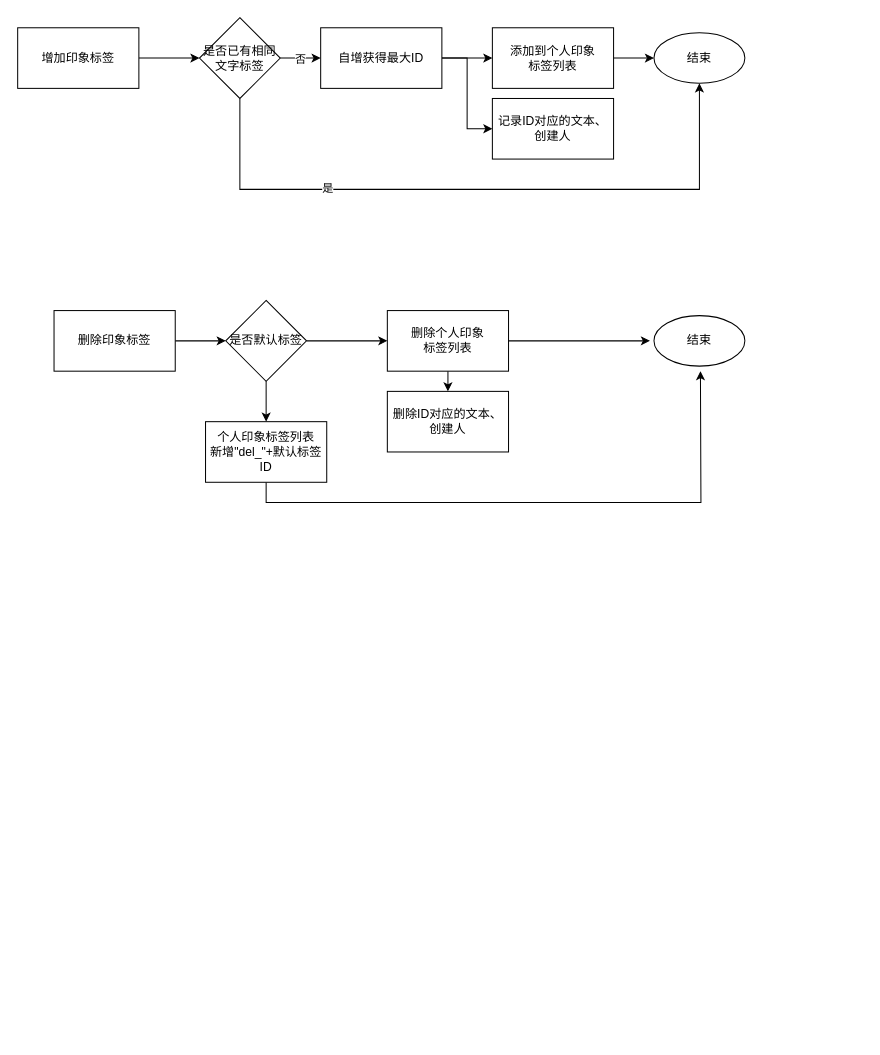
Before: src/Untitled Diagram.drawio in songboyu/xtuple, a draw.io diagram. Source tidied: cells renumbered, new cells numbered last; positions are measured from the earlier drawing's top-left corner, leaving out a move shared by most shapes. Both pictures are drawn from the tidied source at 101%, with x=0, y=0 at pixel (17, 17).
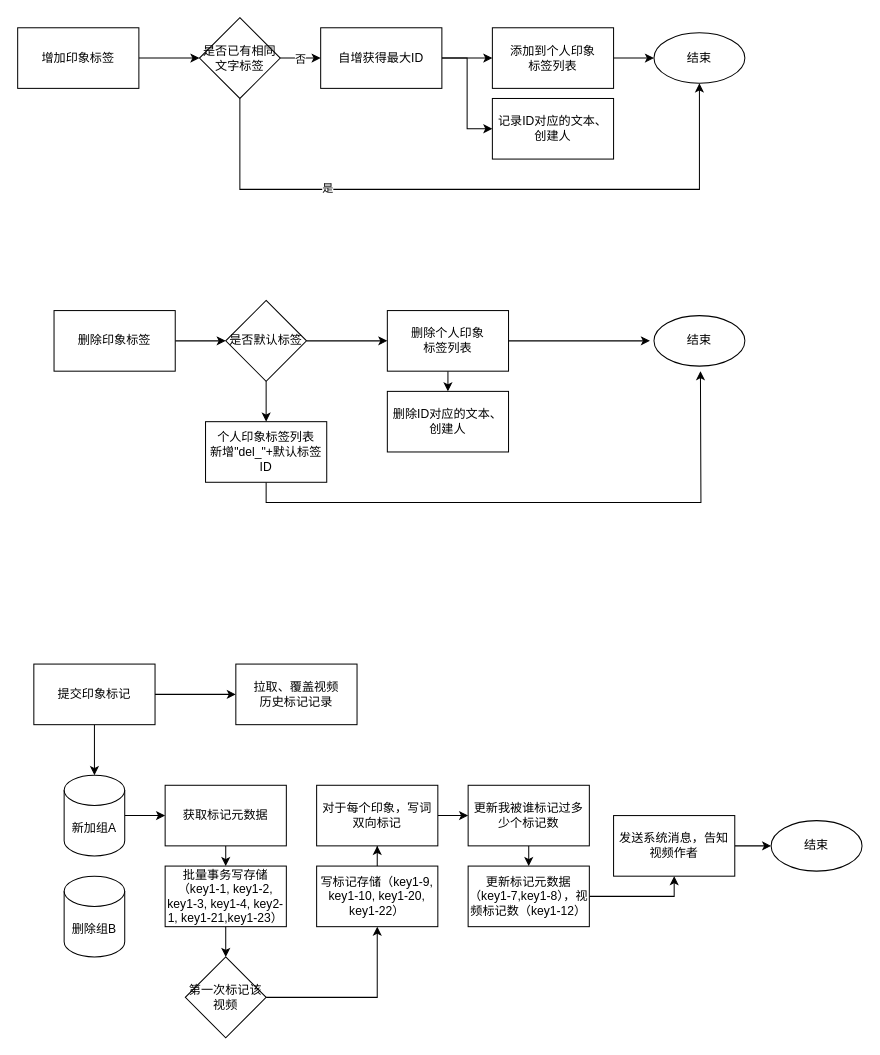
After the change.

Diff of the diagram source:
```diff
@@
+    <mxCell id="28" style="edgeStyle=orthogonalEdgeStyle;rounded=0;jettySize=auto;html=1;entryX=0;entryY=0.5;entryDx=0;entryDy=0;" parent="1" edge="1" source="30" target="31">
+      <mxGeometry relative="1" as="geometry" />
+    </mxCell>
+    <mxCell id="29" style="edgeStyle=orthogonalEdgeStyle;rounded=0;jettySize=auto;html=1;" parent="1" edge="1" source="30">
+      <mxGeometry relative="1" as="geometry">
+        <mxPoint x="76" y="750" as="targetPoint" />
+      </mxGeometry>
+    </mxCell>
+    <mxCell id="30" value="提交印象标记" style="rounded=0;whiteSpace=wrap;html=1;" parent="1" vertex="1">
+      <mxGeometry x="16" y="640" width="120" height="60" as="geometry" />
+    </mxCell>
+    <mxCell id="31" value="拉取、覆盖视频&lt;br&gt;历史标记记录" style="rounded=0;whiteSpace=wrap;html=1;" parent="1" vertex="1">
+      <mxGeometry x="216" y="640" width="120" height="60" as="geometry" />
+    </mxCell>
+    <mxCell id="32" style="edgeStyle=orthogonalEdgeStyle;rounded=0;jettySize=auto;html=1;entryX=0;entryY=0.5;entryDx=0;entryDy=0;" parent="1" edge="1" source="33" target="36">
+      <mxGeometry relative="1" as="geometry" />
+    </mxCell>
+    <mxCell id="33" value="新加组A" style="shape=cylinder3;whiteSpace=wrap;html=1;boundedLbl=1;backgroundOutline=1;size=15;" parent="1" vertex="1">
+      <mxGeometry x="46" y="750" width="60" height="80" as="geometry" />
+    </mxCell>
+    <mxCell id="34" value="删除组B" style="shape=cylinder3;whiteSpace=wrap;html=1;boundedLbl=1;backgroundOutline=1;size=15;" parent="1" vertex="1">
+      <mxGeometry x="46" y="850" width="60" height="80" as="geometry" />
+    </mxCell>
+    <mxCell id="35" style="edgeStyle=orthogonalEdgeStyle;rounded=0;jettySize=auto;html=1;exitX=0.5;exitY=1;exitDx=0;exitDy=0;entryX=0.5;entryY=0;entryDx=0;entryDy=0;" parent="1" edge="1" source="36" target="38">
+      <mxGeometry relative="1" as="geometry" />
+    </mxCell>
+    <mxCell id="36" value="获取标记元数据" style="rounded=0;whiteSpace=wrap;html=1;" parent="1" vertex="1">
+      <mxGeometry x="146" y="760" width="120" height="60" as="geometry" />
+    </mxCell>
+    <mxCell id="37" style="edgeStyle=orthogonalEdgeStyle;rounded=0;jettySize=auto;html=1;exitX=0.5;exitY=1;exitDx=0;exitDy=0;entryX=0.5;entryY=0;entryDx=0;entryDy=0;" parent="1" edge="1" source="38" target="40">
+      <mxGeometry relative="1" as="geometry" />
+    </mxCell>
+    <mxCell id="38" value="批量事务写存储（key1-1, key1-2, key1-3, key1-4, key2-1, key1-21,key1-23）" style="rounded=0;whiteSpace=wrap;html=1;" parent="1" vertex="1">
+      <mxGeometry x="146" y="840" width="120" height="60" as="geometry" />
+    </mxCell>
+    <mxCell id="39" style="edgeStyle=orthogonalEdgeStyle;rounded=0;jettySize=auto;html=1;exitX=1;exitY=0.5;exitDx=0;exitDy=0;entryX=0.5;entryY=1;entryDx=0;entryDy=0;" parent="1" edge="1" source="40" target="42">
+      <mxGeometry relative="1" as="geometry" />
+    </mxCell>
+    <mxCell id="40" value="第一次标记该视频" style="rhombus;whiteSpace=wrap;html=1;" parent="1" vertex="1">
+      <mxGeometry x="166" y="930" width="80" height="80" as="geometry" />
+    </mxCell>
+    <mxCell id="41" style="edgeStyle=orthogonalEdgeStyle;rounded=0;jettySize=auto;html=1;entryX=0.5;entryY=1;entryDx=0;entryDy=0;" parent="1" edge="1" source="42" target="44">
+      <mxGeometry relative="1" as="geometry" />
+    </mxCell>
+    <mxCell id="42" value="&lt;div&gt;写标记存储（key1-9, key1-10, key1-20, key1-22）&lt;br&gt;&lt;/div&gt;" style="rounded=0;whiteSpace=wrap;html=1;" parent="1" vertex="1">
+      <mxGeometry x="296" y="840" width="120" height="60" as="geometry" />
+    </mxCell>
+    <mxCell id="43" style="edgeStyle=orthogonalEdgeStyle;rounded=0;jettySize=auto;html=1;entryX=0;entryY=0.5;entryDx=0;entryDy=0;" parent="1" edge="1" source="44" target="46">
+      <mxGeometry relative="1" as="geometry" />
+    </mxCell>
+    <mxCell id="44" value="对于每个印象，写词双向标记" style="rounded=0;whiteSpace=wrap;html=1;" parent="1" vertex="1">
+      <mxGeometry x="296" y="760" width="120" height="60" as="geometry" />
+    </mxCell>
+    <mxCell id="45" style="edgeStyle=orthogonalEdgeStyle;rounded=0;jettySize=auto;html=1;exitX=0.5;exitY=1;exitDx=0;exitDy=0;entryX=0.5;entryY=0;entryDx=0;entryDy=0;" parent="1" edge="1" source="46" target="48">
+      <mxGeometry relative="1" as="geometry" />
+    </mxCell>
+    <mxCell id="46" value="更新我被谁标记过多少个标记数" style="rounded=0;whiteSpace=wrap;html=1;" parent="1" vertex="1">
+      <mxGeometry x="446" y="760" width="120" height="60" as="geometry" />
+    </mxCell>
+    <mxCell id="47" style="edgeStyle=orthogonalEdgeStyle;rounded=0;jettySize=auto;html=1;exitX=1;exitY=0.5;exitDx=0;exitDy=0;entryX=0.5;entryY=1;entryDx=0;entryDy=0;" parent="1" edge="1" source="48" target="50">
+      <mxGeometry relative="1" as="geometry" />
+    </mxCell>
+    <mxCell id="48" value="&lt;div&gt;更新标记元数据（key1-7,key1-8），视频标记数（key1-12）&lt;/div&gt;" style="rounded=0;whiteSpace=wrap;html=1;" parent="1" vertex="1">
+      <mxGeometry x="446" y="840" width="120" height="60" as="geometry" />
+    </mxCell>
+    <mxCell id="49" style="edgeStyle=orthogonalEdgeStyle;rounded=0;jettySize=auto;html=1;exitX=1;exitY=0.5;exitDx=0;exitDy=0;" parent="1" edge="1" source="50" target="51">
+      <mxGeometry relative="1" as="geometry" />
+    </mxCell>
+    <mxCell id="50" value="发送系统消息，告知视频作者" style="rounded=0;whiteSpace=wrap;html=1;" parent="1" vertex="1">
+      <mxGeometry x="590" y="790" width="120" height="60" as="geometry" />
+    </mxCell>
+    <mxCell id="51" value="结束" style="ellipse;whiteSpace=wrap;html=1;" parent="1" vertex="1">
+      <mxGeometry x="746" y="795" width="90" height="50" as="geometry" />
+    </mxCell>
```
